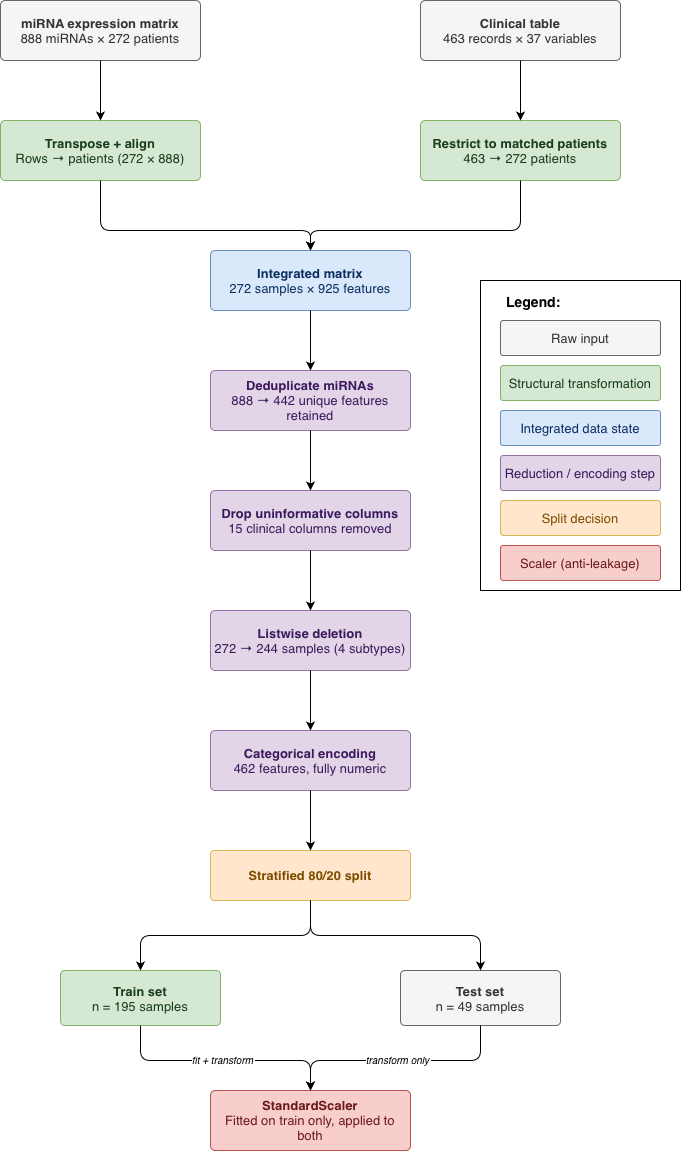
Before: Chapters/Figures/diagrama_pre_processamento.drawio.png, a diagram exported from draw.io (JoseDRomano/bca-thesis). Source tidied: cells renumbered, new cells last; positions are measured from the earlier drawing's top-left corner, leaving out a move shared by most shapes.
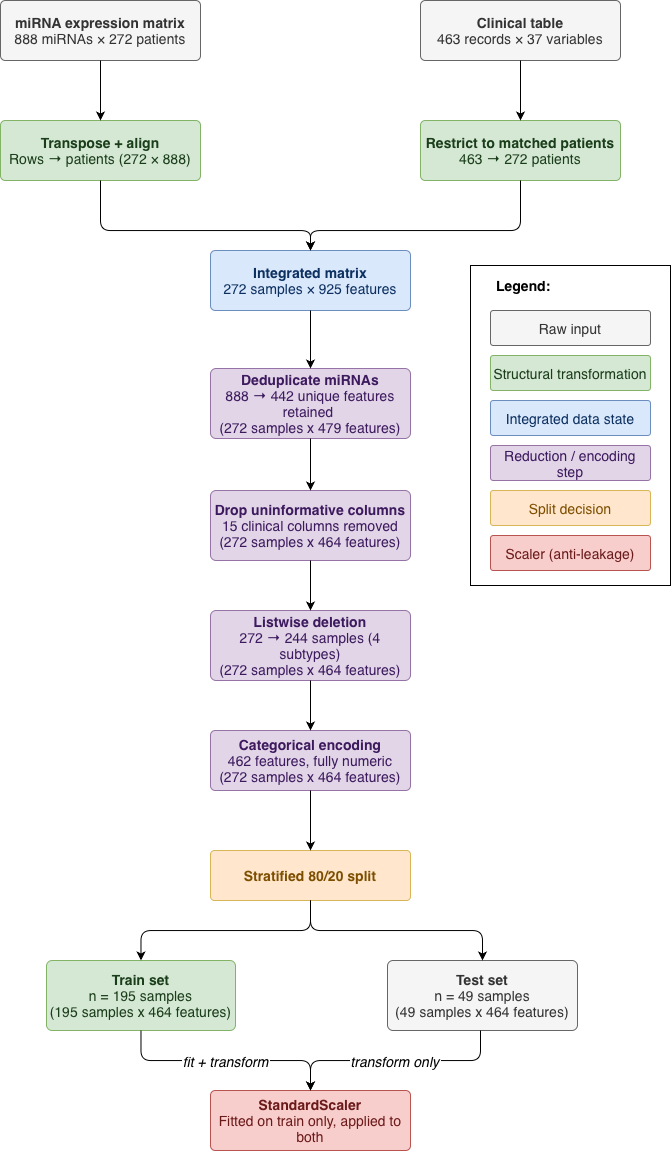
The same diagram one commit later.

Diff of the diagram source:
```diff
@@ -2,31 +2,31 @@
   <root>
     <mxCell id="0" />
     <mxCell id="1" parent="0" />
-    <mxCell id="2" style="rounded=0;whiteSpace=wrap;html=1;" parent="1" vertex="1">
-      <mxGeometry x="480" y="280" width="200" height="310" as="geometry" />
-    </mxCell>
+    <mxCell id="36" style="rounded=0;whiteSpace=wrap;html=1;" parent="1" vertex="1">
+      <mxGeometry x="470" y="265" width="200" height="320" as="geometry" />
+    </mxCell>
-    <mxCell id="3" value="&lt;font style=&quot;font-size: 13px;&quot;&gt;&lt;b&gt;miRNA expression matrix&lt;/b&gt;&lt;br&gt;&lt;font&gt;888 miRNAs × 272 patients&lt;/font&gt;&lt;/font&gt;" style="rounded=1;whiteSpace=wrap;html=1;fillColor=#f5f5f5;strokeColor=#666666;fontColor=#333333;arcSize=8;align=center;verticalAlign=middle;" parent="1" vertex="1">
+    <mxCell id="3" value="&lt;b&gt;miRNA expression matrix&lt;/b&gt;&lt;br&gt;&lt;font&gt;888 miRNAs × 272 patients&lt;/font&gt;" style="rounded=1;whiteSpace=wrap;html=1;fillColor=#f5f5f5;strokeColor=#666666;fontColor=#333333;arcSize=8;align=center;verticalAlign=middle;fontSize=14;" parent="1" vertex="1">
       <mxGeometry width="200" height="60" as="geometry" />
     </mxCell>
-    <mxCell id="4" value="&lt;font style=&quot;font-size: 13px;&quot;&gt;&lt;b&gt;Clinical table&lt;/b&gt;&lt;br&gt;&lt;font&gt;463 records × 37 variables&lt;/font&gt;&lt;/font&gt;" style="rounded=1;whiteSpace=wrap;html=1;fillColor=#f5f5f5;strokeColor=#666666;fontColor=#333333;arcSize=8;align=center;verticalAlign=middle;" parent="1" vertex="1">
+    <mxCell id="4" value="&lt;b&gt;Clinical table&lt;/b&gt;&lt;br&gt;&lt;font&gt;463 records × 37 variables&lt;/font&gt;" style="rounded=1;whiteSpace=wrap;html=1;fillColor=#f5f5f5;strokeColor=#666666;fontColor=#333333;arcSize=8;align=center;verticalAlign=middle;fontSize=14;" parent="1" vertex="1">
       <mxGeometry x="420" width="200" height="60" as="geometry" />
     </mxCell>
-    <mxCell id="5" value="&lt;font style=&quot;font-size: 13px;&quot;&gt;&lt;b&gt;Transpose + align&lt;/b&gt;&lt;br&gt;&lt;font&gt;Rows → patients (272 × 888)&lt;/font&gt;&lt;/font&gt;" style="rounded=1;whiteSpace=wrap;html=1;fillColor=#d5e8d4;strokeColor=#82b366;fontColor=#1a3d1a;arcSize=8;align=center;verticalAlign=middle;" parent="1" vertex="1">
+    <mxCell id="5" value="&lt;b&gt;Transpose + align&lt;/b&gt;&lt;br&gt;&lt;font&gt;Rows → patients (272 × 888)&lt;/font&gt;" style="rounded=1;whiteSpace=wrap;html=1;fillColor=#d5e8d4;strokeColor=#82b366;fontColor=#1a3d1a;arcSize=8;align=center;verticalAlign=middle;fontSize=14;" parent="1" vertex="1">
       <mxGeometry y="120" width="200" height="60" as="geometry" />
     </mxCell>
-    <mxCell id="6" value="&lt;font style=&quot;font-size: 13px;&quot;&gt;&lt;b&gt;Restrict to matched patients&lt;/b&gt;&lt;br&gt;&lt;font&gt;463 → 272 patients&lt;/font&gt;&lt;/font&gt;" style="rounded=1;whiteSpace=wrap;html=1;fillColor=#d5e8d4;strokeColor=#82b366;fontColor=#1a3d1a;arcSize=8;align=center;verticalAlign=middle;" parent="1" vertex="1">
+    <mxCell id="6" value="&lt;b&gt;Restrict to matched patients&lt;/b&gt;&lt;br&gt;&lt;font&gt;463 → 272 patients&lt;/font&gt;" style="rounded=1;whiteSpace=wrap;html=1;fillColor=#d5e8d4;strokeColor=#82b366;fontColor=#1a3d1a;arcSize=8;align=center;verticalAlign=middle;fontSize=14;" parent="1" vertex="1">
       <mxGeometry x="420" y="120" width="200" height="60" as="geometry" />
     </mxCell>
-    <mxCell id="7" style="edgeStyle=orthogonalEdgeStyle;" parent="1" edge="1" source="3" target="5">
+    <mxCell id="7" style="edgeStyle=orthogonalEdgeStyle;fontSize=14;" parent="1" edge="1" source="3" target="5">
       <mxGeometry relative="1" as="geometry" />
     </mxCell>
-    <mxCell id="8" style="edgeStyle=orthogonalEdgeStyle;" parent="1" edge="1" source="4" target="6">
+    <mxCell id="8" style="edgeStyle=orthogonalEdgeStyle;fontSize=14;" parent="1" edge="1" source="4" target="6">
       <mxGeometry relative="1" as="geometry" />
     </mxCell>
-    <mxCell id="9" value="&lt;b&gt;Integrated matrix&lt;/b&gt;&lt;br&gt;&lt;font&gt;272 samples × 925 features&lt;/font&gt;" style="rounded=1;whiteSpace=wrap;html=1;fillColor=#dae8fc;strokeColor=#6c8ebf;fontColor=#0c3060;arcSize=8;align=center;verticalAlign=middle;fontSize=13;" parent="1" vertex="1">
+    <mxCell id="9" value="&lt;b&gt;Integrated matrix&lt;/b&gt;&lt;br&gt;&lt;font&gt;272 samples × 925 features&lt;/font&gt;" style="rounded=1;whiteSpace=wrap;html=1;fillColor=#dae8fc;strokeColor=#6c8ebf;fontColor=#0c3060;arcSize=8;align=center;verticalAlign=middle;fontSize=14;" parent="1" vertex="1">
       <mxGeometry x="210" y="250" width="200" height="60" as="geometry" />
     </mxCell>
-    <mxCell id="10" style="edgeStyle=orthogonalEdgeStyle;" parent="1" edge="1" source="5" target="9">
+    <mxCell id="10" style="edgeStyle=orthogonalEdgeStyle;fontSize=14;" parent="1" edge="1" source="5" target="9">
       <mxGeometry relative="1" as="geometry">
         <Array as="points">
           <mxPoint x="100" y="230" />
@@ -34,7 +34,7 @@
         </Array>
       </mxGeometry>
     </mxCell>
-    <mxCell id="11" style="edgeStyle=orthogonalEdgeStyle;" parent="1" edge="1" source="6" target="9">
+    <mxCell id="11" style="edgeStyle=orthogonalEdgeStyle;fontSize=14;" parent="1" edge="1" source="6" target="9">
       <mxGeometry relative="1" as="geometry">
         <Array as="points">
           <mxPoint x="520" y="230" />
@@ -42,52 +42,52 @@
         </Array>
       </mxGeometry>
     </mxCell>
-    <mxCell id="12" value="&lt;b&gt;Deduplicate miRNAs&lt;/b&gt;&lt;br&gt;&lt;font&gt;888 → 442 unique features retained&lt;/font&gt;" style="rounded=1;whiteSpace=wrap;html=1;fillColor=#e1d5e7;strokeColor=#9673a6;fontColor=#3d1a5e;arcSize=8;align=center;verticalAlign=middle;fontSize=13;" parent="1" vertex="1">
-      <mxGeometry x="210" y="370" width="200" height="60" as="geometry" />
-    </mxCell>
-    <mxCell id="13" style="edgeStyle=orthogonalEdgeStyle;" parent="1" edge="1" source="9" target="12">
-      <mxGeometry relative="1" as="geometry" />
-    </mxCell>
-    <mxCell id="14" value="&lt;b&gt;Drop uninformative columns&lt;/b&gt;&lt;br&gt;&lt;font&gt;15 clinical columns removed&lt;/font&gt;" style="rounded=1;whiteSpace=wrap;html=1;fillColor=#e1d5e7;strokeColor=#9673a6;fontColor=#3d1a5e;arcSize=8;align=center;verticalAlign=middle;fontSize=13;" parent="1" vertex="1">
-      <mxGeometry x="210" y="490" width="200" height="60" as="geometry" />
-    </mxCell>
-    <mxCell id="15" style="edgeStyle=orthogonalEdgeStyle;" parent="1" edge="1" source="12" target="14">
-      <mxGeometry relative="1" as="geometry" />
-    </mxCell>
-    <mxCell id="16" value="&lt;b&gt;Listwise deletion&lt;/b&gt;&lt;br&gt;&lt;font&gt;272 → 244 samples (4 subtypes)&lt;/font&gt;" style="rounded=1;whiteSpace=wrap;html=1;fillColor=#e1d5e7;strokeColor=#9673a6;fontColor=#3d1a5e;arcSize=8;align=center;verticalAlign=middle;fontSize=13;" parent="1" vertex="1">
-      <mxGeometry x="210" y="610" width="200" height="60" as="geometry" />
-    </mxCell>
-    <mxCell id="17" style="edgeStyle=orthogonalEdgeStyle;" parent="1" edge="1" source="14" target="16">
-      <mxGeometry relative="1" as="geometry" />
-    </mxCell>
-    <mxCell id="18" value="&lt;b&gt;Categorical encoding&lt;/b&gt;&lt;br&gt;&lt;font&gt;462 features, fully numeric&lt;/font&gt;" style="rounded=1;whiteSpace=wrap;html=1;fillColor=#e1d5e7;strokeColor=#9673a6;fontColor=#3d1a5e;arcSize=8;align=center;verticalAlign=middle;fontSize=13;" parent="1" vertex="1">
-      <mxGeometry x="210" y="730" width="200" height="60" as="geometry" />
-    </mxCell>
-    <mxCell id="19" style="edgeStyle=orthogonalEdgeStyle;" parent="1" edge="1" source="16" target="18">
-      <mxGeometry relative="1" as="geometry" />
-    </mxCell>
+    <mxCell id="37" value="&lt;b&gt;Deduplicate miRNAs&lt;/b&gt;&lt;br&gt;&lt;font&gt;888 → 442 unique features retained&amp;nbsp;&lt;/font&gt;&lt;div&gt;&lt;font&gt;(272 samples x 479 features)&lt;/font&gt;&lt;/div&gt;" style="rounded=1;whiteSpace=wrap;html=1;fillColor=#e1d5e7;strokeColor=#9673a6;fontColor=#3d1a5e;arcSize=8;align=center;verticalAlign=middle;fontSize=14;" parent="1" vertex="1">
+      <mxGeometry x="210" y="368" width="200" height="70" as="geometry" />
+    </mxCell>
+    <mxCell id="38" style="edgeStyle=orthogonalEdgeStyle;fontSize=14;" parent="1" edge="1" source="9" target="37">
+      <mxGeometry relative="1" as="geometry" />
+    </mxCell>
+    <mxCell id="39" value="&lt;b&gt;Drop uninformative columns&lt;/b&gt;&lt;br&gt;&lt;font&gt;15 clinical columns removed&lt;/font&gt;&lt;div&gt;&lt;font&gt;(272 samples x 464 features)&lt;/font&gt;&lt;/div&gt;" style="rounded=1;whiteSpace=wrap;html=1;fillColor=#e1d5e7;strokeColor=#9673a6;fontColor=#3d1a5e;arcSize=8;align=center;verticalAlign=middle;fontSize=14;" parent="1" vertex="1">
+      <mxGeometry x="210" y="490" width="200" height="70" as="geometry" />
+    </mxCell>
+    <mxCell id="40" style="edgeStyle=orthogonalEdgeStyle;fontSize=14;" parent="1" edge="1" source="37" target="39">
+      <mxGeometry relative="1" as="geometry" />
+    </mxCell>
+    <mxCell id="41" value="&lt;b&gt;Listwise deletion&lt;/b&gt;&lt;br&gt;&lt;font&gt;272 → 244 samples (4 subtypes)&lt;/font&gt;&lt;div&gt;&lt;font&gt;(272 samples x 464 features)&lt;br&gt;&lt;/font&gt;&lt;/div&gt;" style="rounded=1;whiteSpace=wrap;html=1;fillColor=#e1d5e7;strokeColor=#9673a6;fontColor=#3d1a5e;arcSize=8;align=center;verticalAlign=middle;fontSize=14;" parent="1" vertex="1">
+      <mxGeometry x="210" y="610" width="200" height="70" as="geometry" />
+    </mxCell>
+    <mxCell id="42" style="edgeStyle=orthogonalEdgeStyle;fontSize=14;" parent="1" edge="1" source="39" target="41">
+      <mxGeometry relative="1" as="geometry" />
+    </mxCell>
+    <mxCell id="43" value="&lt;b&gt;Categorical encoding&lt;/b&gt;&lt;br&gt;&lt;font&gt;462 features, fully numeric&lt;/font&gt;&lt;div&gt;(272 samples x 464 features)&lt;br&gt;&lt;/div&gt;" style="rounded=1;whiteSpace=wrap;html=1;fillColor=#e1d5e7;strokeColor=#9673a6;fontColor=#3d1a5e;arcSize=8;align=center;verticalAlign=middle;fontSize=14;" parent="1" vertex="1">
+      <mxGeometry x="210" y="730" width="200" height="60" as="geometry" />
+    </mxCell>
+    <mxCell id="44" style="edgeStyle=orthogonalEdgeStyle;fontSize=14;" parent="1" edge="1" source="41" target="43">
+      <mxGeometry relative="1" as="geometry" />
+    </mxCell>
-    <mxCell id="20" value="&lt;b&gt;Stratified 80/20 split&lt;/b&gt;" style="rounded=1;whiteSpace=wrap;html=1;fillColor=#ffe6cc;strokeColor=#d6b656;fontColor=#7d4e00;arcSize=8;align=center;verticalAlign=middle;fontSize=13;" parent="1" vertex="1">
+    <mxCell id="20" value="&lt;b&gt;Stratified 80/20 split&lt;/b&gt;" style="rounded=1;whiteSpace=wrap;html=1;fillColor=#ffe6cc;strokeColor=#d6b656;fontColor=#7d4e00;arcSize=8;align=center;verticalAlign=middle;fontSize=14;" parent="1" vertex="1">
       <mxGeometry x="210" y="850" width="200" height="50" as="geometry" />
     </mxCell>
-    <mxCell id="21" style="edgeStyle=orthogonalEdgeStyle;" parent="1" edge="1" source="18" target="20">
-      <mxGeometry relative="1" as="geometry" />
-    </mxCell>
-    <mxCell id="22" value="&lt;b&gt;Train set&lt;/b&gt;&lt;br&gt;&lt;font&gt;n = 195 samples&lt;/font&gt;" style="rounded=1;whiteSpace=wrap;html=1;fillColor=#d5e8d4;strokeColor=#82b366;fontColor=#1a3d1a;arcSize=8;align=center;verticalAlign=middle;fontSize=13;" parent="1" vertex="1">
-      <mxGeometry x="60" y="970" width="160" height="55" as="geometry" />
-    </mxCell>
-    <mxCell id="23" value="&lt;b&gt;Test set&lt;/b&gt;&lt;br&gt;&lt;font&gt;n = 49 samples&lt;/font&gt;" style="rounded=1;whiteSpace=wrap;html=1;fillColor=#f5f5f5;strokeColor=#666666;fontColor=#333333;arcSize=8;align=center;verticalAlign=middle;fontSize=13;" parent="1" vertex="1">
-      <mxGeometry x="400" y="970" width="160" height="55" as="geometry" />
-    </mxCell>
-    <mxCell id="24" style="edgeStyle=orthogonalEdgeStyle;" parent="1" edge="1" source="20" target="22">
-      <mxGeometry relative="1" as="geometry" />
-    </mxCell>
-    <mxCell id="25" style="edgeStyle=orthogonalEdgeStyle;" parent="1" edge="1" source="20" target="23">
-      <mxGeometry relative="1" as="geometry" />
-    </mxCell>
+    <mxCell id="45" style="edgeStyle=orthogonalEdgeStyle;fontSize=14;" parent="1" edge="1" source="43" target="20">
+      <mxGeometry relative="1" as="geometry" />
+    </mxCell>
+    <mxCell id="46" value="&lt;b&gt;Train set&lt;/b&gt;&lt;br&gt;&lt;font&gt;n = 195 samples&lt;/font&gt;&lt;div&gt;(195 samples x 464 features)&lt;/div&gt;" style="rounded=1;whiteSpace=wrap;html=1;fillColor=#d5e8d4;strokeColor=#82b366;fontColor=#1a3d1a;arcSize=8;align=center;verticalAlign=middle;fontSize=14;" parent="1" vertex="1">
+      <mxGeometry x="46" y="960" width="189" height="70" as="geometry" />
+    </mxCell>
+    <mxCell id="47" value="&lt;b&gt;Test set&lt;/b&gt;&lt;br&gt;&lt;font&gt;n = 49 samples&lt;/font&gt;&lt;div&gt;&lt;font&gt;(49 samples x 464 features)&lt;/font&gt;&lt;/div&gt;" style="rounded=1;whiteSpace=wrap;html=1;fillColor=#f5f5f5;strokeColor=#666666;fontColor=#333333;arcSize=8;align=center;verticalAlign=middle;fontSize=14;" parent="1" vertex="1">
+      <mxGeometry x="387" y="960" width="190" height="70" as="geometry" />
+    </mxCell>
+    <mxCell id="48" style="edgeStyle=orthogonalEdgeStyle;fontSize=14;" parent="1" edge="1" source="20" target="46">
+      <mxGeometry relative="1" as="geometry" />
+    </mxCell>
+    <mxCell id="49" style="edgeStyle=orthogonalEdgeStyle;fontSize=14;" parent="1" edge="1" source="20" target="47">
+      <mxGeometry relative="1" as="geometry" />
+    </mxCell>
-    <mxCell id="26" value="&lt;b&gt;StandardScaler&lt;/b&gt;&lt;br&gt;&lt;font&gt;Fitted on train only, applied to both&lt;/font&gt;" style="rounded=1;whiteSpace=wrap;html=1;fillColor=#f8cecc;strokeColor=#b85450;fontColor=#6b1a1a;arcSize=8;align=center;verticalAlign=middle;fontSize=13;" parent="1" vertex="1">
+    <mxCell id="26" value="&lt;b&gt;StandardScaler&lt;/b&gt;&lt;br&gt;&lt;font&gt;Fitted on train only, applied to both&lt;/font&gt;" style="rounded=1;whiteSpace=wrap;html=1;fillColor=#f8cecc;strokeColor=#b85450;fontColor=#6b1a1a;arcSize=8;align=center;verticalAlign=middle;fontSize=14;" parent="1" vertex="1">
       <mxGeometry x="210" y="1090" width="200" height="60" as="geometry" />
     </mxCell>
-    <mxCell id="27" value="fit + transform" style="edgeStyle=orthogonalEdgeStyle;fontSize=10;fontStyle=2;" parent="1" edge="1" source="22" target="26">
+    <mxCell id="27" value="fit + transform" style="edgeStyle=orthogonalEdgeStyle;fontSize=14;fontStyle=2;" parent="1" edge="1" source="46" target="26">
       <mxGeometry relative="1" as="geometry">
         <Array as="points">
           <mxPoint x="140" y="1060" />
@@ -95,7 +95,7 @@
         </Array>
       </mxGeometry>
     </mxCell>
-    <mxCell id="28" value="transform only" style="edgeStyle=orthogonalEdgeStyle;fontSize=10;fontStyle=2;" parent="1" edge="1" source="23" target="26">
+    <mxCell id="28" value="transform only" style="edgeStyle=orthogonalEdgeStyle;fontSize=14;fontStyle=2;" parent="1" edge="1" source="47" target="26">
       <mxGeometry relative="1" as="geometry">
         <Array as="points">
           <mxPoint x="480" y="1060" />
@@ -104,25 +104,25 @@
       </mxGeometry>
     </mxCell>
     <mxCell id="29" value="Legend:" style="text;html=1;strokeColor=none;fillColor=none;align=left;verticalAlign=middle;spacingLeft=4;fontStyle=1;fontSize=14;" parent="1" vertex="1">
-      <mxGeometry x="500" y="286" width="80" height="30" as="geometry" />
+      <mxGeometry x="490" y="270" width="80" height="30" as="geometry" />
     </mxCell>
-    <mxCell id="30" value="Raw input" style="rounded=1;whiteSpace=wrap;html=1;fillColor=#f5f5f5;strokeColor=#666666;fontColor=#333333;arcSize=8;fontSize=13;" parent="1" vertex="1">
-      <mxGeometry x="500" y="320" width="160" height="35" as="geometry" />
+    <mxCell id="30" value="Raw input" style="rounded=1;whiteSpace=wrap;html=1;fillColor=#f5f5f5;strokeColor=#666666;fontColor=#333333;arcSize=8;fontSize=14;" parent="1" vertex="1">
+      <mxGeometry x="490" y="310" width="160" height="35" as="geometry" />
     </mxCell>
-    <mxCell id="31" value="Structural transformation" style="rounded=1;whiteSpace=wrap;html=1;fillColor=#d5e8d4;strokeColor=#82b366;fontColor=#1a3d1a;arcSize=8;fontSize=13;" parent="1" vertex="1">
-      <mxGeometry x="500" y="365" width="160" height="35" as="geometry" />
+    <mxCell id="31" value="Structural transformation" style="rounded=1;whiteSpace=wrap;html=1;fillColor=#d5e8d4;strokeColor=#82b366;fontColor=#1a3d1a;arcSize=8;fontSize=14;" parent="1" vertex="1">
+      <mxGeometry x="490" y="355" width="160" height="35" as="geometry" />
     </mxCell>
-    <mxCell id="32" value="Integrated data state" style="rounded=1;whiteSpace=wrap;html=1;fillColor=#dae8fc;strokeColor=#6c8ebf;fontColor=#0c3060;arcSize=8;fontSize=13;" parent="1" vertex="1">
-      <mxGeometry x="500" y="410" width="160" height="35" as="geometry" />
+    <mxCell id="32" value="Integrated data state" style="rounded=1;whiteSpace=wrap;html=1;fillColor=#dae8fc;strokeColor=#6c8ebf;fontColor=#0c3060;arcSize=8;fontSize=14;" parent="1" vertex="1">
+      <mxGeometry x="490" y="400" width="160" height="35" as="geometry" />
     </mxCell>
-    <mxCell id="33" value="Reduction / encoding step" style="rounded=1;whiteSpace=wrap;html=1;fillColor=#e1d5e7;strokeColor=#9673a6;fontColor=#3d1a5e;arcSize=8;fontSize=13;" parent="1" vertex="1">
-      <mxGeometry x="500" y="455" width="160" height="35" as="geometry" />
+    <mxCell id="33" value="Reduction / encoding step" style="rounded=1;whiteSpace=wrap;html=1;fillColor=#e1d5e7;strokeColor=#9673a6;fontColor=#3d1a5e;arcSize=8;fontSize=14;" parent="1" vertex="1">
+      <mxGeometry x="490" y="445" width="160" height="35" as="geometry" />
     </mxCell>
-    <mxCell id="34" value="Split decision" style="rounded=1;whiteSpace=wrap;html=1;fillColor=#ffe6cc;strokeColor=#d6b656;fontColor=#7d4e00;arcSize=8;fontSize=13;" parent="1" vertex="1">
-      <mxGeometry x="500" y="500" width="160" height="35" as="geometry" />
+    <mxCell id="34" value="Split decision" style="rounded=1;whiteSpace=wrap;html=1;fillColor=#ffe6cc;strokeColor=#d6b656;fontColor=#7d4e00;arcSize=8;fontSize=14;" parent="1" vertex="1">
+      <mxGeometry x="490" y="490" width="160" height="35" as="geometry" />
     </mxCell>
-    <mxCell id="35" value="Scaler (anti-leakage)" style="rounded=1;whiteSpace=wrap;html=1;fillColor=#f8cecc;strokeColor=#b85450;fontColor=#6b1a1a;arcSize=8;fontSize=13;" parent="1" vertex="1">
-      <mxGeometry x="500" y="545" width="160" height="35" as="geometry" />
+    <mxCell id="35" value="Scaler (anti-leakage)" style="rounded=1;whiteSpace=wrap;html=1;fillColor=#f8cecc;strokeColor=#b85450;fontColor=#6b1a1a;arcSize=8;fontSize=14;" parent="1" vertex="1">
+      <mxGeometry x="490" y="535" width="160" height="35" as="geometry" />
     </mxCell>
   </root>
 </mxGraphModel>
```
